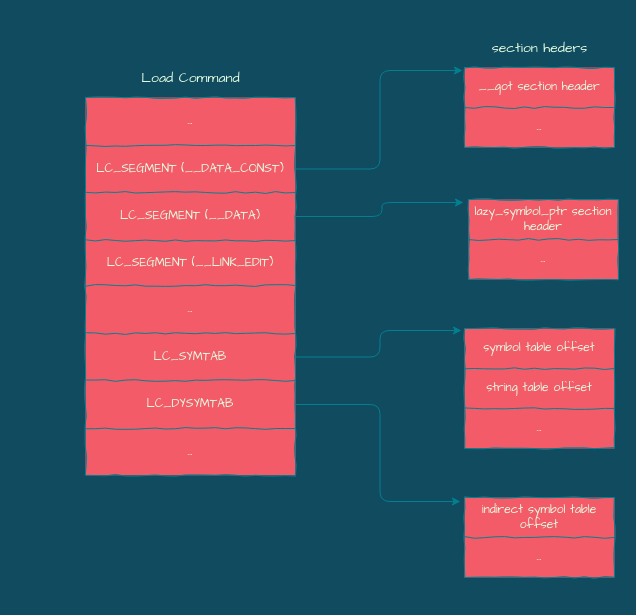
Earlier version of the draw.io diagram page "Page-1" (1 of 2) of fishhook/load command.drawio (silan-liu/drawio). Source tidied: cells renumbered, new cells numbered last; positions are measured from the earlier drawing's top-left corner, leaving out a move shared by most shapes. Both pictures are drawn from the tidied source at 100%, with x=0, y=0 at pixel (85, 27).
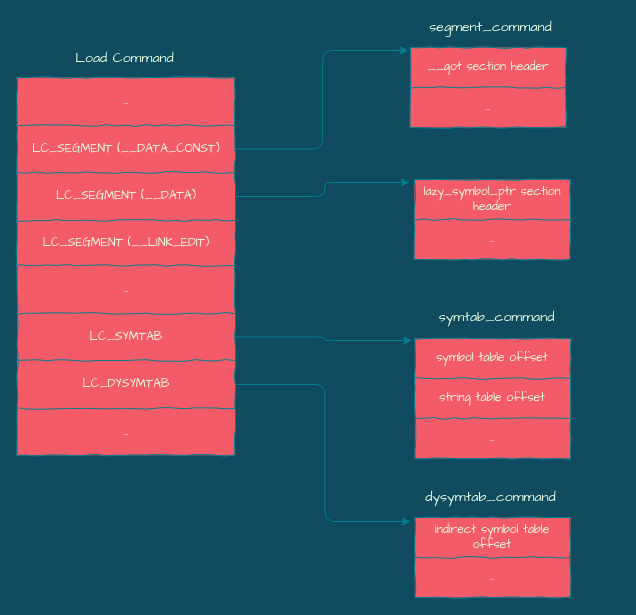
The same page after the edit.

Diff of the diagram source:
```diff
@@
-    <mxCell id="2" style="group;" parent="1" vertex="1">
-      <mxGeometry width="533" height="550" as="geometry" />
-    </mxCell>
-    <mxCell id="3" style="shape=table;html=1;whiteSpace=wrap;startSize=0;childLayout=tableLayout;comic=1;fillColor=#F45B69;strokeColor=#028090;fontColor=#E4FDE1;fontFamily=Architects Daughter;" parent="2" vertex="1">
-      <mxGeometry x="383" y="172" width="150" height="80" as="geometry" />
+    <mxCell id="3" style="shape=table;html=1;whiteSpace=wrap;startSize=0;childLayout=tableLayout;comic=1;fillColor=#F45B69;strokeColor=#028090;fontColor=#E4FDE1;fontFamily=Architects Daughter;" parent="1" vertex="1">
+      <mxGeometry x="329" y="152" width="155.6" height="80" as="geometry" />
     </mxCell>
     <mxCell id="4" style="shape=partialRectangle;html=1;whiteSpace=wrap;fillColor=none;top=0;left=0;bottom=0;right=0;points=[[0,0.5],[1,0.5]];portConstraint=eastwest;strokeColor=#028090;fontColor=#E4FDE1;" parent="3" vertex="1">
-      <mxGeometry width="150" height="40" as="geometry" />
+      <mxGeometry width="155.6" height="40" as="geometry" />
     </mxCell>
     <mxCell id="5" value="lazy_symbol_ptr section header" style="shape=partialRectangle;html=1;whiteSpace=wrap;overflow=hidden;fillColor=none;top=0;left=0;bottom=0;right=0;strokeColor=#028090;fontColor=#E4FDE1;fontFamily=Architects Daughter;" parent="4" vertex="1">
-      <mxGeometry width="150" height="40" as="geometry" />
+      <mxGeometry width="156" height="40" as="geometry" />
     </mxCell>
     <mxCell id="6" style="shape=partialRectangle;html=1;whiteSpace=wrap;fillColor=none;top=0;left=0;bottom=0;right=0;strokeColor=#028090;fontColor=#E4FDE1;" parent="3" vertex="1">
-      <mxGeometry y="40" width="150" height="40" as="geometry" />
+      <mxGeometry y="40" width="155.6" height="40" as="geometry" />
     </mxCell>
     <mxCell id="7" value="..." style="shape=partialRectangle;html=1;whiteSpace=wrap;overflow=hidden;fillColor=none;top=0;left=0;bottom=0;right=0;strokeColor=#028090;fontColor=#E4FDE1;fontFamily=Architects Daughter;" parent="6" vertex="1">
-      <mxGeometry width="150" height="40" as="geometry" />
+      <mxGeometry width="156" height="40" as="geometry" />
     </mxCell>
-    <mxCell id="8" style="group;" parent="2" vertex="1">
-      <mxGeometry width="529" height="550" as="geometry" />
-    </mxCell>
-    <mxCell id="9" style="shape=table;html=1;whiteSpace=wrap;startSize=0;childLayout=tableLayout;comic=1;fillColor=#F45B69;strokeColor=#028090;fontColor=#E4FDE1;fontFamily=Architects Daughter;" parent="8" vertex="1">
-      <mxGeometry y="70" width="210" height="377.8" as="geometry" />
+    <mxCell id="9" style="shape=table;html=1;whiteSpace=wrap;startSize=0;childLayout=tableLayout;comic=1;fillColor=#F45B69;strokeColor=#028090;fontColor=#E4FDE1;fontFamily=Architects Daughter;" parent="1" vertex="1">
+      <mxGeometry x="-68.4" y="50" width="217.9" height="377.8" as="geometry" />
     </mxCell>
     <mxCell id="10" style="shape=partialRectangle;html=1;whiteSpace=wrap;fillColor=none;top=0;left=0;bottom=0;right=0;strokeColor=#028090;fontColor=#E4FDE1;" parent="9" vertex="1">
-      <mxGeometry width="210" height="48" as="geometry" />
+      <mxGeometry width="217.9" height="48" as="geometry" />
     </mxCell>
     <mxCell id="11" value="..." style="shape=partialRectangle;html=1;whiteSpace=wrap;overflow=hidden;fillColor=none;top=0;left=0;bottom=0;right=0;strokeColor=#028090;fontColor=#E4FDE1;fontFamily=Architects Daughter;" parent="10" vertex="1">
-      <mxGeometry width="210" height="48" as="geometry" />
+      <mxGeometry width="218" height="48" as="geometry" />
     </mxCell>
     <mxCell id="12" style="shape=partialRectangle;html=1;whiteSpace=wrap;fillColor=none;top=0;left=0;bottom=0;right=0;points=[[0,0.5],[1,0.5]];portConstraint=eastwest;strokeColor=#028090;fontColor=#E4FDE1;" parent="9" vertex="1">
-      <mxGeometry y="48" width="210" height="47" as="geometry" />
+      <mxGeometry y="48" width="217.9" height="47" as="geometry" />
     </mxCell>
     <mxCell id="13" value="LC_SEGMENT (__DATA_CONST)" style="shape=partialRectangle;html=1;whiteSpace=wrap;overflow=hidden;fillColor=none;top=0;left=0;bottom=0;right=0;strokeColor=#028090;fontColor=#E4FDE1;fontFamily=Architects Daughter;" parent="12" vertex="1">
-      <mxGeometry width="210" height="47" as="geometry" />
+      <mxGeometry width="218" height="47" as="geometry" />
     </mxCell>
     <mxCell id="14" style="shape=partialRectangle;html=1;whiteSpace=wrap;fillColor=none;top=0;left=0;bottom=0;right=0;points=[[0,0.5],[1,0.5]];portConstraint=eastwest;strokeColor=#028090;fontColor=#E4FDE1;" parent="9" vertex="1">
-      <mxGeometry y="95" width="210" height="48" as="geometry" />
+      <mxGeometry y="95" width="217.9" height="48" as="geometry" />
     </mxCell>
     <mxCell id="15" value="LC_SEGMENT (__DATA)" style="shape=partialRectangle;html=1;whiteSpace=wrap;overflow=hidden;fillColor=none;top=0;left=0;bottom=0;right=0;strokeColor=#028090;fontColor=#E4FDE1;fontFamily=Architects Daughter;" parent="14" vertex="1">
-      <mxGeometry width="210" height="48" as="geometry" />
+      <mxGeometry width="218" height="48" as="geometry" />
     </mxCell>
     <mxCell id="16" style="shape=partialRectangle;html=1;whiteSpace=wrap;fillColor=none;top=0;left=0;bottom=0;right=0;strokeColor=#028090;fontColor=#E4FDE1;" parent="9" vertex="1">
-      <mxGeometry y="143" width="210" height="45" as="geometry" />
+      <mxGeometry y="143" width="217.9" height="45" as="geometry" />
     </mxCell>
     <mxCell id="17" value="LC_SEGMENT (__LINK_EDIT)" style="shape=partialRectangle;html=1;whiteSpace=wrap;overflow=hidden;fillColor=none;top=0;left=0;bottom=0;right=0;strokeColor=#028090;fontColor=#E4FDE1;fontFamily=Architects Daughter;" parent="16" vertex="1">
-      <mxGeometry width="210" height="45" as="geometry" />
+      <mxGeometry width="218" height="45" as="geometry" />
     </mxCell>
     <mxCell id="18" style="shape=partialRectangle;html=1;whiteSpace=wrap;fillColor=none;top=0;left=0;bottom=0;right=0;strokeColor=#028090;fontColor=#E4FDE1;" parent="9" vertex="1">
-      <mxGeometry y="188" width="210" height="48" as="geometry" />
+      <mxGeometry y="188" width="217.9" height="48" as="geometry" />
     </mxCell>
     <mxCell id="19" value="..." style="shape=partialRectangle;html=1;whiteSpace=wrap;overflow=hidden;fillColor=none;top=0;left=0;bottom=0;right=0;strokeColor=#028090;fontColor=#E4FDE1;fontFamily=Architects Daughter;" parent="18" vertex="1">
-      <mxGeometry width="210" height="48" as="geometry" />
+      <mxGeometry width="218" height="48" as="geometry" />
     </mxCell>
     <mxCell id="20" style="shape=partialRectangle;html=1;whiteSpace=wrap;fillColor=none;top=0;left=0;bottom=0;right=0;points=[[0,0.5],[1,0.5]];portConstraint=eastwest;strokeColor=#028090;fontColor=#E4FDE1;" parent="9" vertex="1">
-      <mxGeometry y="236" width="210" height="47" as="geometry" />
+      <mxGeometry y="236" width="217.9" height="47" as="geometry" />
     </mxCell>
     <mxCell id="21" value="LC_SYMTAB" style="shape=partialRectangle;html=1;whiteSpace=wrap;overflow=hidden;fillColor=none;top=0;left=0;bottom=0;right=0;strokeColor=#028090;fontColor=#E4FDE1;fontFamily=Architects Daughter;" parent="20" vertex="1">
-      <mxGeometry width="210" height="47" as="geometry" />
+      <mxGeometry width="218" height="47" as="geometry" />
     </mxCell>
     <mxCell id="22" style="shape=partialRectangle;html=1;whiteSpace=wrap;fillColor=none;top=0;left=0;bottom=0;right=0;points=[[0,0.5],[1,0.5]];portConstraint=eastwest;strokeColor=#028090;fontColor=#E4FDE1;" parent="9" vertex="1">
-      <mxGeometry y="283" width="210" height="48" as="geometry" />
+      <mxGeometry y="283" width="217.9" height="48" as="geometry" />
     </mxCell>
     <mxCell id="23" value="LC_DYSYMTAB" style="shape=partialRectangle;html=1;whiteSpace=wrap;overflow=hidden;fillColor=none;top=0;left=0;bottom=0;right=0;strokeColor=#028090;fontColor=#E4FDE1;fontFamily=Architects Daughter;" parent="22" vertex="1">
-      <mxGeometry width="210" height="48" as="geometry" />
+      <mxGeometry width="218" height="48" as="geometry" />
     </mxCell>
     <mxCell id="24" style="shape=partialRectangle;html=1;whiteSpace=wrap;fillColor=none;top=0;left=0;bottom=0;right=0;strokeColor=#028090;fontColor=#E4FDE1;" parent="9" vertex="1">
-      <mxGeometry y="331" width="210" height="47" as="geometry" />
+      <mxGeometry y="331" width="217.9" height="47" as="geometry" />
     </mxCell>
     <mxCell id="25" value="..." style="shape=partialRectangle;html=1;whiteSpace=wrap;overflow=hidden;fillColor=none;top=0;left=0;bottom=0;right=0;strokeColor=#028090;fontColor=#E4FDE1;fontFamily=Architects Daughter;" parent="24" vertex="1">
-      <mxGeometry width="210" height="47" as="geometry" />
+      <mxGeometry width="218" height="47" as="geometry" />
     </mxCell>
-    <mxCell id="26" value="Load Command" style="text;html=1;align=center;verticalAlign=middle;fontFamily=Architects Daughter;fontColor=#E4FDE1;fontSize=14;" parent="8" vertex="1">
-      <mxGeometry x="51" y="40" width="108" height="21" as="geometry" />
+    <mxCell id="26" value="Load Command" style="text;html=1;align=center;verticalAlign=middle;fontFamily=Architects Daughter;fontColor=#E4FDE1;fontSize=14;" parent="1" vertex="1">
+      <mxGeometry x="-15.5" y="20" width="108" height="21" as="geometry" />
     </mxCell>
-    <mxCell id="27" style="shape=table;html=1;whiteSpace=wrap;startSize=0;childLayout=tableLayout;comic=1;fillColor=#F45B69;strokeColor=#028090;fontColor=#E4FDE1;fontFamily=Architects Daughter;" parent="8" vertex="1">
-      <mxGeometry x="379" y="301" width="150" height="120" as="geometry" />
+    <mxCell id="27" style="shape=table;html=1;whiteSpace=wrap;startSize=0;childLayout=tableLayout;comic=1;fillColor=#F45B69;strokeColor=#028090;fontColor=#E4FDE1;fontFamily=Architects Daughter;" parent="1" vertex="1">
+      <mxGeometry x="329.4" y="311" width="155.6" height="120" as="geometry" />
     </mxCell>
     <mxCell id="28" style="shape=partialRectangle;html=1;whiteSpace=wrap;fillColor=none;top=0;left=0;bottom=0;right=0;points=[[0,0.5],[1,0.5]];portConstraint=eastwest;strokeColor=#028090;fontColor=#E4FDE1;" parent="27" vertex="1">
-      <mxGeometry width="150" height="40" as="geometry" />
+      <mxGeometry width="155.6" height="40" as="geometry" />
     </mxCell>
     <mxCell id="29" value="symbol table offset" style="shape=partialRectangle;html=1;whiteSpace=wrap;overflow=hidden;fillColor=none;top=0;left=0;bottom=0;right=0;strokeColor=#028090;fontColor=#E4FDE1;fontFamily=Architects Daughter;" parent="28" vertex="1">
-      <mxGeometry width="150" height="40" as="geometry" />
+      <mxGeometry width="156" height="40" as="geometry" />
     </mxCell>
     <mxCell id="30" style="shape=partialRectangle;html=1;whiteSpace=wrap;fillColor=none;top=0;left=0;bottom=0;right=0;strokeColor=#028090;fontColor=#E4FDE1;" parent="27" vertex="1">
-      <mxGeometry y="40" width="150" height="40" as="geometry" />
+      <mxGeometry y="40" width="155.6" height="40" as="geometry" />
     </mxCell>
     <mxCell id="31" value="string table offset" style="shape=partialRectangle;html=1;whiteSpace=wrap;overflow=hidden;fillColor=none;top=0;left=0;bottom=0;right=0;strokeColor=#028090;fontColor=#E4FDE1;fontFamily=Architects Daughter;" parent="30" vertex="1">
-      <mxGeometry width="150" height="40" as="geometry" />
+      <mxGeometry width="156" height="40" as="geometry" />
     </mxCell>
     <mxCell id="32" style="shape=partialRectangle;html=1;whiteSpace=wrap;fillColor=none;top=0;left=0;bottom=0;right=0;strokeColor=#028090;fontColor=#E4FDE1;" parent="27" vertex="1">
-      <mxGeometry y="80" width="150" height="40" as="geometry" />
+      <mxGeometry y="80" width="155.6" height="40" as="geometry" />
     </mxCell>
     <mxCell id="33" value="..." style="shape=partialRectangle;html=1;whiteSpace=wrap;overflow=hidden;fillColor=none;top=0;left=0;bottom=0;right=0;strokeColor=#028090;fontColor=#E4FDE1;fontFamily=Architects Daughter;" parent="32" vertex="1">
-      <mxGeometry width="150" height="40" as="geometry" />
+      <mxGeometry width="156" height="40" as="geometry" />
     </mxCell>
-    <mxCell id="34" style="shape=table;html=1;whiteSpace=wrap;startSize=0;childLayout=tableLayout;comic=1;fillColor=#F45B69;strokeColor=#028090;fontColor=#E4FDE1;fontFamily=Architects Daughter;" parent="8" vertex="1">
-      <mxGeometry x="379" y="470" width="150" height="80" as="geometry" />
+    <mxCell id="34" style="shape=table;html=1;whiteSpace=wrap;startSize=0;childLayout=tableLayout;comic=1;fillColor=#F45B69;strokeColor=#028090;fontColor=#E4FDE1;fontFamily=Architects Daughter;" parent="1" vertex="1">
+      <mxGeometry x="329.4" y="490" width="155.6" height="80" as="geometry" />
     </mxCell>
     <mxCell id="35" style="shape=partialRectangle;html=1;whiteSpace=wrap;fillColor=none;top=0;left=0;bottom=0;right=0;points=[[0,0.5],[1,0.5]];portConstraint=eastwest;strokeColor=#028090;fontColor=#E4FDE1;" parent="34" vertex="1">
-      <mxGeometry width="150" height="40" as="geometry" />
+      <mxGeometry width="155.6" height="40" as="geometry" />
     </mxCell>
     <mxCell id="36" value="indirect symbol table offset" style="shape=partialRectangle;html=1;whiteSpace=wrap;overflow=hidden;fillColor=none;top=0;left=0;bottom=0;right=0;strokeColor=#028090;fontColor=#E4FDE1;fontFamily=Architects Daughter;" parent="35" vertex="1">
-      <mxGeometry width="150" height="40" as="geometry" />
+      <mxGeometry width="156" height="40" as="geometry" />
     </mxCell>
     <mxCell id="37" style="shape=partialRectangle;html=1;whiteSpace=wrap;fillColor=none;top=0;left=0;bottom=0;right=0;strokeColor=#028090;fontColor=#E4FDE1;" parent="34" vertex="1">
-      <mxGeometry y="40" width="150" height="40" as="geometry" />
+      <mxGeometry y="40" width="155.6" height="40" as="geometry" />
     </mxCell>
     <mxCell id="38" value="..." style="shape=partialRectangle;html=1;whiteSpace=wrap;overflow=hidden;fillColor=none;top=0;left=0;bottom=0;right=0;strokeColor=#028090;fontColor=#E4FDE1;fontFamily=Architects Daughter;" parent="37" vertex="1">
-      <mxGeometry width="150" height="40" as="geometry" />
+      <mxGeometry width="156" height="40" as="geometry" />
     </mxCell>
-    <mxCell id="39" style="edgeStyle=orthogonalEdgeStyle;curved=0;rounded=1;sketch=0;jettySize=auto;html=1;exitX=1;exitY=0.5;exitDx=0;exitDy=0;entryX=-0.027;entryY=0.1;entryDx=0;entryDy=0;entryPerimeter=0;strokeColor=#028090;fillColor=#F45B69;fontFamily=Architects Daughter;fontColor=#E4FDE1;labelBackgroundColor=#114B5F;" parent="8" edge="1" source="22" target="35">
-      <mxGeometry relative="1" as="geometry" />
+    <mxCell id="39" style="edgeStyle=orthogonalEdgeStyle;curved=0;rounded=1;sketch=0;jettySize=auto;html=1;exitX=1;exitY=0.5;exitDx=0;exitDy=0;entryX=-0.027;entryY=0.1;entryDx=0;entryDy=0;entryPerimeter=0;strokeColor=#028090;fillColor=#F45B69;fontFamily=Architects Daughter;fontColor=#E4FDE1;labelBackgroundColor=#114B5F;" parent="1" edge="1" source="22" target="35">
+      <mxGeometry x="200" y="100" as="geometry" />
     </mxCell>
-    <mxCell id="40" style="shape=table;html=1;whiteSpace=wrap;startSize=0;childLayout=tableLayout;comic=1;fillColor=#F45B69;strokeColor=#028090;fontColor=#E4FDE1;fontFamily=Architects Daughter;" parent="8" vertex="1">
-      <mxGeometry x="379" y="40" width="150" height="80" as="geometry" />
+    <mxCell id="40" style="shape=table;html=1;whiteSpace=wrap;startSize=0;childLayout=tableLayout;comic=1;fillColor=#F45B69;strokeColor=#028090;fontColor=#E4FDE1;fontFamily=Architects Daughter;" parent="1" vertex="1">
+      <mxGeometry x="324.8" y="20" width="155.6" height="80" as="geometry" />
     </mxCell>
     <mxCell id="41" style="shape=partialRectangle;html=1;whiteSpace=wrap;fillColor=none;top=0;left=0;bottom=0;right=0;points=[[0,0.5],[1,0.5]];portConstraint=eastwest;strokeColor=#028090;fontColor=#E4FDE1;" parent="40" vertex="1">
-      <mxGeometry width="150" height="40" as="geometry" />
+      <mxGeometry width="155.6" height="40" as="geometry" />
     </mxCell>
     <mxCell id="42" value="__got section header" style="shape=partialRectangle;html=1;whiteSpace=wrap;overflow=hidden;fillColor=none;top=0;left=0;bottom=0;right=0;strokeColor=#028090;fontColor=#E4FDE1;fontFamily=Architects Daughter;" parent="41" vertex="1">
-      <mxGeometry width="150" height="40" as="geometry" />
+      <mxGeometry width="156" height="40" as="geometry" />
     </mxCell>
     <mxCell id="43" style="shape=partialRectangle;html=1;whiteSpace=wrap;fillColor=none;top=0;left=0;bottom=0;right=0;strokeColor=#028090;fontColor=#E4FDE1;" parent="40" vertex="1">
-      <mxGeometry y="40" width="150" height="40" as="geometry" />
+      <mxGeometry y="40" width="155.6" height="40" as="geometry" />
     </mxCell>
     <mxCell id="44" value="..." style="shape=partialRectangle;html=1;whiteSpace=wrap;overflow=hidden;fillColor=none;top=0;left=0;bottom=0;right=0;strokeColor=#028090;fontColor=#E4FDE1;fontFamily=Architects Daughter;" parent="43" vertex="1">
-      <mxGeometry width="150" height="40" as="geometry" />
+      <mxGeometry width="156" height="40" as="geometry" />
     </mxCell>
-    <mxCell id="45" value="section heders" style="text;html=1;align=center;verticalAlign=middle;fontFamily=Architects Daughter;fontColor=#E4FDE1;fontSize=14;" parent="8" vertex="1">
-      <mxGeometry x="401" y="10" width="106" height="21" as="geometry" />
-    </mxCell>
-    <mxCell id="46" style="edgeStyle=orthogonalEdgeStyle;curved=0;rounded=1;sketch=0;jettySize=auto;html=1;exitX=1;exitY=0.5;exitDx=0;exitDy=0;entryX=-0.02;entryY=0.05;entryDx=0;entryDy=0;strokeColor=#028090;fillColor=#F45B69;fontFamily=Architects Daughter;fontColor=#E4FDE1;entryPerimeter=0;labelBackgroundColor=#114B5F;" parent="8" edge="1" source="20" target="28">
-      <mxGeometry relative="1" as="geometry" />
+    <mxCell id="46" style="edgeStyle=orthogonalEdgeStyle;curved=0;rounded=1;sketch=0;jettySize=auto;html=1;exitX=1;exitY=0.5;exitDx=0;exitDy=0;entryX=-0.02;entryY=0.05;entryDx=0;entryDy=0;strokeColor=#028090;fillColor=#F45B69;fontFamily=Architects Daughter;fontColor=#E4FDE1;entryPerimeter=0;labelBackgroundColor=#114B5F;" parent="1" edge="1" source="20" target="28">
+      <mxGeometry x="200" y="100" as="geometry" />
     </mxCell>
-    <mxCell id="47" style="edgeStyle=orthogonalEdgeStyle;curved=0;rounded=1;sketch=0;jettySize=auto;html=1;exitX=1;exitY=0.5;exitDx=0;exitDy=0;entryX=-0.013;entryY=0.075;entryDx=0;entryDy=0;entryPerimeter=0;strokeColor=#028090;fillColor=#F45B69;fontColor=#E4FDE1;labelBackgroundColor=#114B5F;" parent="8" edge="1" source="12" target="41">
-      <mxGeometry relative="1" as="geometry" />
+    <mxCell id="47" style="edgeStyle=orthogonalEdgeStyle;curved=0;rounded=1;sketch=0;jettySize=auto;html=1;exitX=1;exitY=0.5;exitDx=0;exitDy=0;entryX=-0.013;entryY=0.075;entryDx=0;entryDy=0;entryPerimeter=0;strokeColor=#028090;fillColor=#F45B69;fontColor=#E4FDE1;labelBackgroundColor=#114B5F;" parent="1" edge="1" source="12" target="41">
+      <mxGeometry x="200" y="100" as="geometry" />
     </mxCell>
-    <mxCell id="48" style="edgeStyle=orthogonalEdgeStyle;curved=0;rounded=1;sketch=0;jettySize=auto;html=1;exitX=1;exitY=0.5;exitDx=0;exitDy=0;entryX=-0.033;entryY=0.075;entryDx=0;entryDy=0;strokeColor=#028090;fillColor=#F45B69;fontFamily=Architects Daughter;fontColor=#E4FDE1;entryPerimeter=0;labelBackgroundColor=#114B5F;" parent="2" edge="1" source="14" target="4">
-      <mxGeometry relative="1" as="geometry" />
+    <mxCell id="48" style="edgeStyle=orthogonalEdgeStyle;curved=0;rounded=1;sketch=0;jettySize=auto;html=1;exitX=1;exitY=0.5;exitDx=0;exitDy=0;entryX=-0.033;entryY=0.075;entryDx=0;entryDy=0;strokeColor=#028090;fillColor=#F45B69;fontFamily=Architects Daughter;fontColor=#E4FDE1;entryPerimeter=0;labelBackgroundColor=#114B5F;" parent="1" edge="1" source="14" target="4">
+      <mxGeometry x="200" y="100" as="geometry" />
     </mxCell>
+    <mxCell id="49" value="segment_command" style="text;html=1;align=center;verticalAlign=middle;fontColor=#E4FDE1;fontFamily=Architects Daughter;fontSize=14;" parent="1" vertex="1">
+      <mxGeometry x="335.2" y="-10" width="140" height="20" as="geometry" />
+    </mxCell>
+    <mxCell id="50" value="symtab_command" style="text;html=1;align=center;verticalAlign=middle;fontColor=#E4FDE1;fontFamily=Architects Daughter;fontSize=14;" parent="1" vertex="1">
+      <mxGeometry x="346.3" y="280" width="130" height="20" as="geometry" />
+    </mxCell>
+    <mxCell id="51" value="dysymtab_command" style="text;html=1;align=center;verticalAlign=middle;fontColor=#E4FDE1;fontFamily=Architects Daughter;fontSize=14;" parent="1" vertex="1">
+      <mxGeometry x="330.2" y="460" width="150" height="20" as="geometry" />
+    </mxCell>
```
